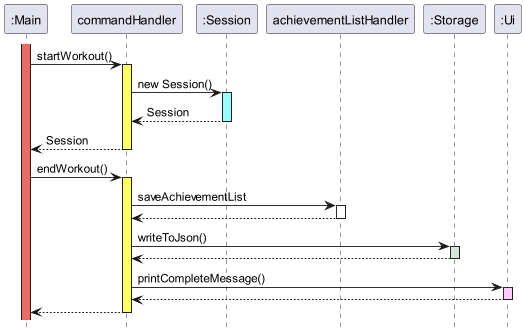
The PlantUML diagram docs/UML/Images/overall_sequence.png in nus-cs2113-AY2223S2/tp, before a commit. The source it was exported from:
```plantuml
@startuml
!include style.puml
hide footbox

participant ":Main" as main

main++ MAIN_COLOUR
main -> commandHandler ++ LOGIC_COLOUR : startWorkout()
participant ":Session" as session
commandHandler -> session ++ DATA_COLOUR : new Session()
session --> commandHandler --  : Session
commandHandler --> main -- : Session

main -> commandHandler ++ LOGIC_COLOUR : endWorkout()
commandHandler -> "achievementListHandler" : saveAchievementList
activate "achievementListHandler"
"achievementListHandler" --> commandHandler
deactivate "achievementListHandler"
commandHandler -> ":Storage" ++ STORAGE_COLOUR : writeToJson()
":Storage" --> commandHandler
deactivate ":Storage"
participant ":Ui" as ui
commandHandler -> ui ++ UI_COLOUR : printCompleteMessage()
ui --> commandHandler
deactivate ui
commandHandler --> main
deactivate commandHandler
@enduml
```
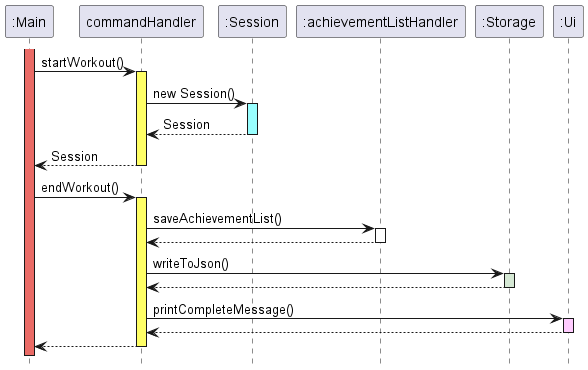
After the change.

Commit message:
Edit UML diagrams

The edit, as a diff of the source:
```diff
@@ -12,10 +12,10 @@
 commandHandler --> main -- : Session
 
 main -> commandHandler ++ LOGIC_COLOUR : endWorkout()
-commandHandler -> "achievementListHandler" : saveAchievementList
-activate "achievementListHandler"
-"achievementListHandler" --> commandHandler
-deactivate "achievementListHandler"
+commandHandler -> ":achievementListHandler" : saveAchievementList()
+activate ":achievementListHandler"
+":achievementListHandler" --> commandHandler
+deactivate ":achievementListHandler"
 commandHandler -> ":Storage" ++ STORAGE_COLOUR : writeToJson()
 ":Storage" --> commandHandler
 deactivate ":Storage"
```
